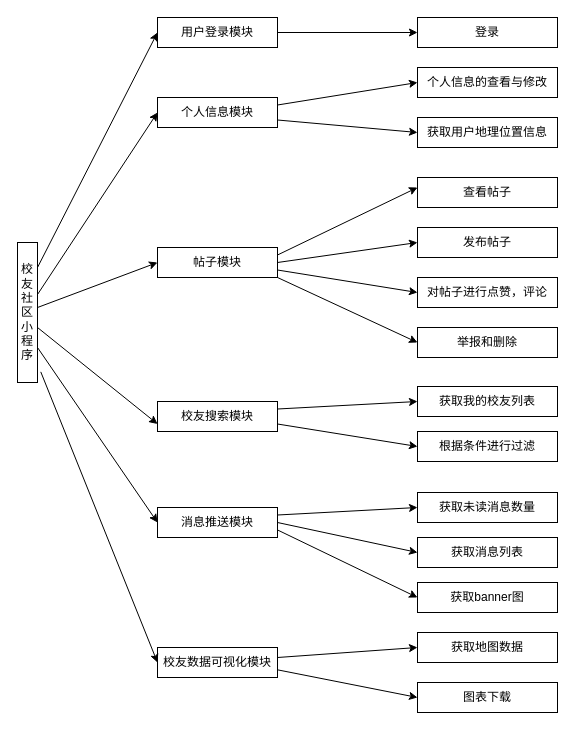
Before: 系统功能结构图.drawio in geoffrey-h/code, a draw.io diagram. Source tidied: cells renumbered, new cells numbered last; positions are measured from the earlier drawing's top-left corner, leaving out a move shared by most shapes. Both pictures are drawn from the tidied source at 100%, with x=0, y=0 at pixel (17, 17).
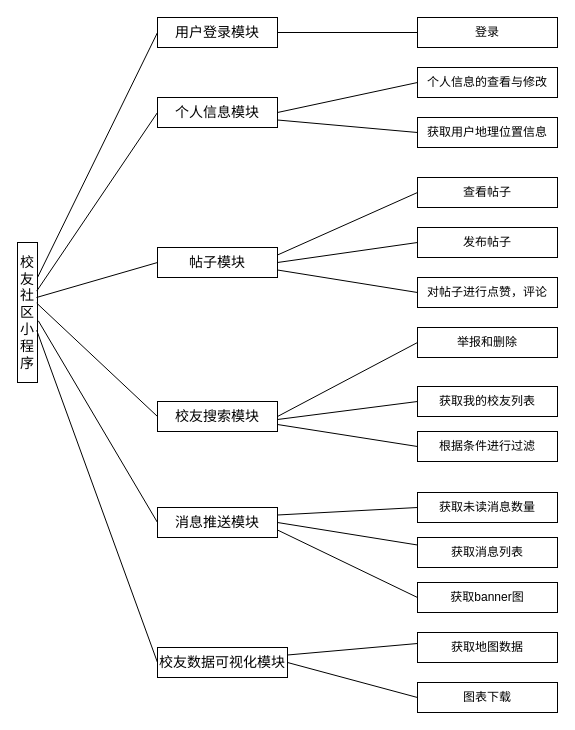
Above is the later version.

Commit message:
更新系统功能结构图.drawio

The change refers to these unchanged cells:
```xml
<mxCell id="9" value="登录" style="rounded=0;whiteSpace=wrap;html=1;" parent="1" vertex="1">
  <mxGeometry x="400" width="140" height="30" as="geometry" />
</mxCell>
<mxCell id="10" value="个人信息的查看与修改" style="rounded=0;whiteSpace=wrap;html=1;" parent="1" vertex="1">
  <mxGeometry x="400" y="50" width="140" height="30" as="geometry" />
</mxCell>
<mxCell id="11" value="获取用户地理位置信息" style="rounded=0;whiteSpace=wrap;html=1;" parent="1" vertex="1">
  <mxGeometry x="400" y="100" width="140" height="30" as="geometry" />
</mxCell>
<mxCell id="12" value="查看帖子" style="rounded=0;whiteSpace=wrap;html=1;" parent="1" vertex="1">
  <mxGeometry x="400" y="160" width="140" height="30" as="geometry" />
</mxCell>
<mxCell id="13" value="发布帖子" style="rounded=0;whiteSpace=wrap;html=1;" parent="1" vertex="1">
  <mxGeometry x="400" y="210" width="140" height="30" as="geometry" />
</mxCell>
<mxCell id="14" value="对帖子进行点赞，评论" style="rounded=0;whiteSpace=wrap;html=1;" parent="1" vertex="1">
  <mxGeometry x="400" y="260" width="140" height="30" as="geometry" />
</mxCell>
<mxCell id="15" value="举报和删除" style="rounded=0;whiteSpace=wrap;html=1;" parent="1" vertex="1">
  <mxGeometry x="400" y="310" width="140" height="30" as="geometry" />
</mxCell>
<mxCell id="16" value="获取我的校友列表" style="rounded=0;whiteSpace=wrap;html=1;" parent="1" vertex="1">
  <mxGeometry x="400" y="369" width="140" height="30" as="geometry" />
</mxCell>
<mxCell id="17" value="根据条件进行过滤" style="rounded=0;whiteSpace=wrap;html=1;" parent="1" vertex="1">
  <mxGeometry x="400" y="414" width="140" height="30" as="geometry" />
</mxCell>
<mxCell id="18" value="获取未读消息数量" style="rounded=0;whiteSpace=wrap;html=1;" parent="1" vertex="1">
  <mxGeometry x="400" y="475" width="140" height="30" as="geometry" />
</mxCell>
<mxCell id="19" value="获取消息列表" style="rounded=0;whiteSpace=wrap;html=1;" parent="1" vertex="1">
  <mxGeometry x="400" y="520" width="140" height="30" as="geometry" />
</mxCell>
<mxCell id="20" value="获取banner图" style="rounded=0;whiteSpace=wrap;html=1;" parent="1" vertex="1">
  <mxGeometry x="400" y="565" width="140" height="30" as="geometry" />
</mxCell>
<mxCell id="21" value="获取地图数据" style="rounded=0;whiteSpace=wrap;html=1;" parent="1" vertex="1">
  <mxGeometry x="400" y="615" width="140" height="30" as="geometry" />
</mxCell>
<mxCell id="22" value="图表下载" style="rounded=0;whiteSpace=wrap;html=1;" parent="1" vertex="1">
  <mxGeometry x="400" y="665" width="140" height="30" as="geometry" />
</mxCell>
```

What changed in the source:
```diff
@@
-    <mxCell id="2" value="校友社区小程序" style="rounded=0;whiteSpace=wrap;html=1;direction=south;" parent="1" vertex="1">
+    <mxCell id="2" value="&lt;font style=&quot;font-size: 14px&quot;&gt;校友社区小程序&lt;/font&gt;" style="rounded=0;whiteSpace=wrap;html=1;direction=south;" parent="1" vertex="1">
       <mxGeometry y="225" width="20" height="140" as="geometry" />
     </mxCell>
-    <mxCell id="3" value="用户登录模块" style="rounded=0;whiteSpace=wrap;html=1;" parent="1" vertex="1">
+    <mxCell id="3" value="&lt;font style=&quot;font-size: 14px&quot;&gt;用户登录模块&lt;/font&gt;" style="rounded=0;whiteSpace=wrap;html=1;" parent="1" vertex="1">
       <mxGeometry x="140" width="120" height="30" as="geometry" />
     </mxCell>
-    <mxCell id="4" value="个人信息模块" style="rounded=0;whiteSpace=wrap;html=1;" parent="1" vertex="1">
+    <mxCell id="4" value="&lt;font style=&quot;font-size: 14px&quot;&gt;个人信息模块&lt;/font&gt;" style="rounded=0;whiteSpace=wrap;html=1;" parent="1" vertex="1">
       <mxGeometry x="140" y="80" width="120" height="30" as="geometry" />
     </mxCell>
-    <mxCell id="5" value="帖子模块" style="rounded=0;whiteSpace=wrap;html=1;" parent="1" vertex="1">
+    <mxCell id="5" value="&lt;font style=&quot;font-size: 14px&quot;&gt;帖子模块&lt;/font&gt;" style="rounded=0;whiteSpace=wrap;html=1;" parent="1" vertex="1">
       <mxGeometry x="140" y="230" width="120" height="30" as="geometry" />
     </mxCell>
-    <mxCell id="6" value="校友搜索模块" style="rounded=0;whiteSpace=wrap;html=1;" parent="1" vertex="1">
+    <mxCell id="6" value="&lt;font style=&quot;font-size: 14px&quot;&gt;校友搜索模块&lt;/font&gt;" style="rounded=0;whiteSpace=wrap;html=1;" parent="1" vertex="1">
       <mxGeometry x="140" y="384" width="120" height="30" as="geometry" />
     </mxCell>
-    <mxCell id="7" value="消息推送模块" style="rounded=0;whiteSpace=wrap;html=1;" parent="1" vertex="1">
+    <mxCell id="7" value="&lt;font style=&quot;font-size: 14px&quot;&gt;消息推送模块&lt;/font&gt;" style="rounded=0;whiteSpace=wrap;html=1;" parent="1" vertex="1">
       <mxGeometry x="140" y="490" width="120" height="30" as="geometry" />
     </mxCell>
-    <mxCell id="8" value="校友数据可视化模块" style="rounded=0;whiteSpace=wrap;html=1;" parent="1" vertex="1">
-      <mxGeometry x="140" y="630" width="120" height="30" as="geometry" />
+    <mxCell id="8" value="&lt;font style=&quot;font-size: 14px&quot;&gt;校友数据可视化模块&lt;/font&gt;" style="rounded=0;whiteSpace=wrap;html=1;" parent="1" vertex="1">
+      <mxGeometry x="140" y="630" width="130" height="30" as="geometry" />
     </mxCell>
@@
+    <mxCell id="43" style="endArrow=none;html=1;entryX=0;entryY=0.5;entryDx=0;entryDy=0;exitX=0.25;exitY=0;exitDx=0;exitDy=0;" parent="1" edge="1" source="2" target="3">
+      <mxGeometry relative="1" as="geometry" />
+    </mxCell>
+    <mxCell id="44" style="endArrow=none;html=1;entryX=0;entryY=0.5;entryDx=0;entryDy=0;exitX=0.347;exitY=0.04;exitDx=0;exitDy=0;exitPerimeter=0;" parent="1" edge="1" source="2" target="4">
+      <mxGeometry relative="1" as="geometry" />
+    </mxCell>
+    <mxCell id="45" style="endArrow=none;html=1;entryX=0;entryY=0.5;entryDx=0;entryDy=0;" parent="1" edge="1" target="5">
+      <mxGeometry relative="1" as="geometry">
+        <mxPoint x="19" y="280" as="sourcePoint" />
+      </mxGeometry>
+    </mxCell>
+    <mxCell id="46" style="endArrow=none;html=1;entryX=0;entryY=0.5;entryDx=0;entryDy=0;exitX=0.433;exitY=0.04;exitDx=0;exitDy=0;exitPerimeter=0;" parent="1" edge="1" source="2" target="6">
+      <mxGeometry relative="1" as="geometry" />
+    </mxCell>
+    <mxCell id="41" style="endArrow=none;html=1;entryX=0;entryY=0.5;entryDx=0;entryDy=0;exitX=0.559;exitY=-0.04;exitDx=0;exitDy=0;exitPerimeter=0;" parent="1" edge="1" source="2" target="7">
+      <mxGeometry relative="1" as="geometry" />
+    </mxCell>
+    <mxCell id="42" style="endArrow=none;html=1;entryX=0;entryY=0.5;entryDx=0;entryDy=0;exitX=0.627;exitY=0.04;exitDx=0;exitDy=0;exitPerimeter=0;" parent="1" edge="1" source="2" target="8">
+      <mxGeometry relative="1" as="geometry" />
+    </mxCell>
-    <mxCell id="23" style="endArrow=classic;html=1;entryX=0;entryY=0.5;entryDx=0;entryDy=0;" parent="1" edge="1" source="3" target="9">
+    <mxCell id="23" style="endArrow=none;html=1;entryX=0;entryY=0.5;entryDx=0;entryDy=0;exitX=1;exitY=0.5;exitDx=0;exitDy=0;" parent="1" edge="1" source="3" target="9">
       <mxGeometry relative="1" as="geometry" />
     </mxCell>
-    <mxCell id="24" style="endArrow=classic;html=1;entryX=0;entryY=0.5;entryDx=0;entryDy=0;exitX=1;exitY=0.25;exitDx=0;exitDy=0;" parent="1" edge="1" source="4" target="10">
+    <mxCell id="24" style="endArrow=none;html=1;entryX=0;entryY=0.5;entryDx=0;entryDy=0;exitX=1;exitY=0.5;exitDx=0;exitDy=0;" parent="1" edge="1" source="4" target="10">
       <mxGeometry relative="1" as="geometry" />
     </mxCell>
-    <mxCell id="25" style="endArrow=classic;html=1;entryX=0;entryY=0.5;entryDx=0;entryDy=0;exitX=1;exitY=0.75;exitDx=0;exitDy=0;" parent="1" edge="1" source="4" target="11">
+    <mxCell id="25" style="endArrow=none;html=1;entryX=0;entryY=0.5;entryDx=0;entryDy=0;exitX=1;exitY=0.75;exitDx=0;exitDy=0;" parent="1" edge="1" source="4" target="11">
       <mxGeometry relative="1" as="geometry" />
     </mxCell>
-    <mxCell id="26" style="endArrow=classic;html=1;exitX=1;exitY=0.25;exitDx=0;exitDy=0;" parent="1" edge="1" source="5">
-      <mxGeometry relative="1" as="geometry">
-        <mxPoint x="400" y="170" as="targetPoint" />
-      </mxGeometry>
-    </mxCell>
+    <mxCell id="47" style="endArrow=none;html=1;entryX=0;entryY=0.5;entryDx=0;entryDy=0;exitX=1;exitY=0.25;exitDx=0;exitDy=0;" parent="1" edge="1" source="5" target="12">
+      <mxGeometry relative="1" as="geometry" />
+    </mxCell>
-    <mxCell id="27" style="endArrow=classic;html=1;exitX=1;exitY=0.5;exitDx=0;exitDy=0;entryX=0;entryY=0.5;entryDx=0;entryDy=0;" parent="1" edge="1" source="5" target="13">
+    <mxCell id="27" style="endArrow=none;html=1;entryX=0;entryY=0.5;entryDx=0;entryDy=0;exitX=1;exitY=0.5;exitDx=0;exitDy=0;entryPerimeter=0;" parent="1" edge="1" source="5" target="13">
       <mxGeometry relative="1" as="geometry" />
     </mxCell>
-    <mxCell id="28" style="endArrow=classic;html=1;exitX=1;exitY=0.75;exitDx=0;exitDy=0;entryX=0;entryY=0.5;entryDx=0;entryDy=0;" parent="1" edge="1" source="5" target="14">
+    <mxCell id="28" style="endArrow=none;html=1;entryX=0;entryY=0.5;entryDx=0;entryDy=0;exitX=1;exitY=0.75;exitDx=0;exitDy=0;" parent="1" edge="1" source="5" target="14">
       <mxGeometry relative="1" as="geometry" />
     </mxCell>
-    <mxCell id="29" style="endArrow=classic;html=1;entryX=0;entryY=0.5;entryDx=0;entryDy=0;" parent="1" edge="1" target="15">
-      <mxGeometry relative="1" as="geometry">
-        <mxPoint x="260" y="260" as="sourcePoint" />
-      </mxGeometry>
-    </mxCell>
-    <mxCell id="30" style="endArrow=classic;html=1;exitX=1;exitY=0.25;exitDx=0;exitDy=0;" parent="1" edge="1" source="6">
-      <mxGeometry relative="1" as="geometry">
-        <mxPoint x="400" y="384" as="targetPoint" />
-      </mxGeometry>
-    </mxCell>
-    <mxCell id="31" style="endArrow=classic;html=1;entryX=0;entryY=0.5;entryDx=0;entryDy=0;exitX=1;exitY=0.75;exitDx=0;exitDy=0;" parent="1" edge="1" source="6" target="17">
-      <mxGeometry relative="1" as="geometry" />
-    </mxCell>
+    <mxCell id="48" style="endArrow=none;html=1;entryX=0;entryY=0.5;entryDx=0;entryDy=0;" parent="1" edge="1" target="15">
+      <mxGeometry relative="1" as="geometry">
+        <mxPoint x="260" y="399" as="sourcePoint" />
+      </mxGeometry>
+    </mxCell>
+    <mxCell id="49" style="endArrow=none;html=1;entryX=0;entryY=0.5;entryDx=0;entryDy=0;exitX=1;exitY=0.6;exitDx=0;exitDy=0;exitPerimeter=0;" parent="1" edge="1" source="6" target="16">
+      <mxGeometry relative="1" as="geometry" />
+    </mxCell>
+    <mxCell id="50" style="endArrow=none;html=1;entryX=0;entryY=0.5;entryDx=0;entryDy=0;" parent="1" edge="1" target="17">
+      <mxGeometry relative="1" as="geometry">
+        <mxPoint x="260" y="407" as="sourcePoint" />
+      </mxGeometry>
+    </mxCell>
-    <mxCell id="32" style="endArrow=classic;html=1;entryX=0;entryY=0.5;entryDx=0;entryDy=0;exitX=1;exitY=0.25;exitDx=0;exitDy=0;" parent="1" edge="1" source="7" target="18">
+    <mxCell id="32" style="endArrow=none;html=1;entryX=0;entryY=0.5;entryDx=0;entryDy=0;exitX=1;exitY=0.25;exitDx=0;exitDy=0;" parent="1" edge="1" source="7" target="18">
       <mxGeometry relative="1" as="geometry" />
     </mxCell>
-    <mxCell id="33" style="endArrow=classic;html=1;exitX=1;exitY=0.5;exitDx=0;exitDy=0;entryX=0;entryY=0.5;entryDx=0;entryDy=0;" parent="1" edge="1" source="7" target="19">
+    <mxCell id="33" style="endArrow=none;html=1;entryX=0;entryY=0.25;entryDx=0;entryDy=0;exitX=1;exitY=0.5;exitDx=0;exitDy=0;" parent="1" edge="1" source="7" target="19">
       <mxGeometry relative="1" as="geometry" />
     </mxCell>
-    <mxCell id="34" style="endArrow=classic;html=1;exitX=1;exitY=0.75;exitDx=0;exitDy=0;" parent="1" edge="1">
-      <mxGeometry relative="1" as="geometry">
-        <mxPoint x="259.9" y="512.4" as="sourcePoint" />
-        <mxPoint x="400" y="580" as="targetPoint" />
-      </mxGeometry>
-    </mxCell>
-    <mxCell id="35" style="endArrow=classic;html=1;entryX=0;entryY=0.5;entryDx=0;entryDy=0;" parent="1" edge="1" target="21">
-      <mxGeometry relative="1" as="geometry">
-        <mxPoint x="260" y="640" as="sourcePoint" />
-      </mxGeometry>
-    </mxCell>
-    <mxCell id="36" style="endArrow=classic;html=1;exitX=1;exitY=0.25;exitDx=0;exitDy=0;" parent="1" edge="1">
-      <mxGeometry relative="1" as="geometry">
-        <mxPoint x="259.9" y="652.3" as="sourcePoint" />
-        <mxPoint x="400" y="680" as="targetPoint" />
-      </mxGeometry>
-    </mxCell>
-    <mxCell id="37" style="endArrow=classic;html=1;entryX=0;entryY=0.5;entryDx=0;entryDy=0;" parent="1" edge="1" target="3">
-      <mxGeometry relative="1" as="geometry">
-        <mxPoint x="20" y="250" as="sourcePoint" />
-      </mxGeometry>
-    </mxCell>
-    <mxCell id="38" style="endArrow=classic;html=1;entryX=0;entryY=0.5;entryDx=0;entryDy=0;" parent="1" edge="1" target="4">
-      <mxGeometry relative="1" as="geometry">
-        <mxPoint x="20" y="277" as="sourcePoint" />
-      </mxGeometry>
-    </mxCell>
-    <mxCell id="39" style="endArrow=classic;html=1;entryX=0;entryY=0.5;entryDx=0;entryDy=0;" parent="1" edge="1" target="5">
-      <mxGeometry relative="1" as="geometry">
-        <mxPoint x="20" y="290" as="sourcePoint" />
-      </mxGeometry>
-    </mxCell>
-    <mxCell id="40" style="endArrow=classic;html=1;entryX=0;entryY=0.75;entryDx=0;entryDy=0;" parent="1" edge="1" target="6">
-      <mxGeometry relative="1" as="geometry">
-        <mxPoint x="20" y="310" as="sourcePoint" />
-      </mxGeometry>
-    </mxCell>
-    <mxCell id="41" style="endArrow=classic;html=1;entryX=0;entryY=0.5;entryDx=0;entryDy=0;exitX=0.75;exitY=0;exitDx=0;exitDy=0;" parent="1" edge="1" source="2" target="7">
-      <mxGeometry relative="1" as="geometry" />
-    </mxCell>
-    <mxCell id="42" style="endArrow=classic;html=1;entryX=0;entryY=0.5;entryDx=0;entryDy=0;exitX=0.924;exitY=-0.164;exitDx=0;exitDy=0;exitPerimeter=0;" parent="1" edge="1" source="2" target="8">
-      <mxGeometry relative="1" as="geometry" />
-    </mxCell>
+    <mxCell id="51" style="endArrow=none;html=1;entryX=0;entryY=0.5;entryDx=0;entryDy=0;exitX=1;exitY=0.75;exitDx=0;exitDy=0;" parent="1" edge="1" source="7" target="20">
+      <mxGeometry relative="1" as="geometry" />
+    </mxCell>
+    <mxCell id="52" style="endArrow=none;html=1;exitX=1;exitY=0.25;exitDx=0;exitDy=0;" parent="1" edge="1" source="8">
+      <mxGeometry relative="1" as="geometry">
+        <mxPoint x="400" y="626" as="targetPoint" />
+      </mxGeometry>
+    </mxCell>
+    <mxCell id="53" style="endArrow=none;html=1;exitX=1;exitY=0.5;exitDx=0;exitDy=0;entryX=0;entryY=0.5;entryDx=0;entryDy=0;" parent="1" edge="1" source="8" target="22">
+      <mxGeometry relative="1" as="geometry" />
+    </mxCell>
```
